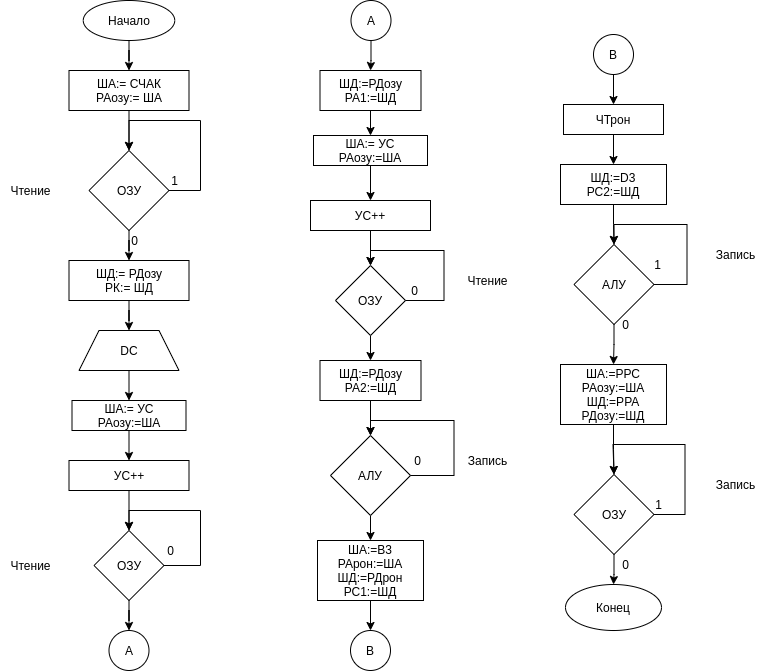
Before: Работы/3Course/Architecture/images/func-alg3.png, a diagram exported from draw.io (denilai/Latex). Source tidied: cells renumbered, new cells last; positions are measured from the earlier drawing's top-left corner, leaving out a move shared by most shapes.
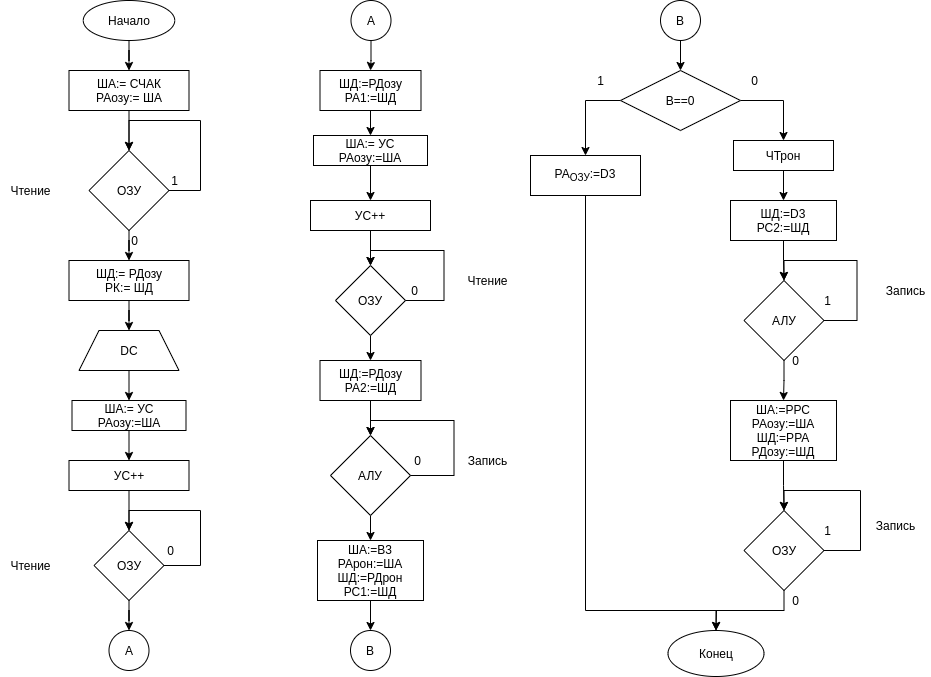
Above is the later version.

What changed in the source:
```diff
@@ -142,52 +142,43 @@
       <mxGeometry relative="1" as="geometry" />
     </mxCell>
     <mxCell id="42" value="ШД:=D3&lt;br&gt;РС2:=ШД" style="rounded=0;whiteSpace=wrap;html=1;" parent="1" vertex="1">
-      <mxGeometry x="560" y="164" width="106" height="40" as="geometry" />
+      <mxGeometry x="730" y="200" width="106" height="40" as="geometry" />
     </mxCell>
     <mxCell id="43" style="edgeStyle=orthogonalEdgeStyle;rounded=0;jettySize=auto;html=1;exitX=0.5;exitY=1;exitDx=0;exitDy=0;" parent="1" edge="1" source="44" target="46">
       <mxGeometry relative="1" as="geometry" />
     </mxCell>
     <mxCell id="44" value="ША:=РРС&lt;br&gt;РАозу:=ША&lt;br&gt;ШД:=РРА&lt;br&gt;РДозу:=ШД" style="rounded=0;whiteSpace=wrap;html=1;" parent="1" vertex="1">
-      <mxGeometry x="560" y="364" width="106" height="60" as="geometry" />
+      <mxGeometry x="730" y="400" width="106" height="60" as="geometry" />
     </mxCell>
     <mxCell id="45" style="edgeStyle=orthogonalEdgeStyle;rounded=0;jettySize=auto;html=1;exitX=0.5;exitY=1;exitDx=0;exitDy=0;" parent="1" edge="1" source="46" target="53">
       <mxGeometry relative="1" as="geometry" />
     </mxCell>
     <mxCell id="46" value="ОЗУ" style="rhombus;whiteSpace=wrap;html=1;" parent="1" vertex="1">
-      <mxGeometry x="573.5" y="474" width="80" height="80" as="geometry" />
+      <mxGeometry x="743.5" y="510" width="80" height="80" as="geometry" />
     </mxCell>
     <mxCell id="47" style="edgeStyle=orthogonalEdgeStyle;rounded=0;jettySize=auto;html=1;exitX=0.5;exitY=1;exitDx=0;exitDy=0;" parent="1" edge="1" source="48" target="44">
       <mxGeometry relative="1" as="geometry" />
     </mxCell>
     <mxCell id="48" value="АЛУ" style="rhombus;whiteSpace=wrap;html=1;" parent="1" vertex="1">
-      <mxGeometry x="573.5" y="244" width="80" height="80" as="geometry" />
+      <mxGeometry x="743.5" y="280" width="80" height="80" as="geometry" />
     </mxCell>
     <mxCell id="49" value="1" style="text;html=1;align=center;verticalAlign=middle;strokeColor=none;fillColor=none;" parent="1" vertex="1">
-      <mxGeometry x="646.5" y="254" width="20" height="20" as="geometry" />
+      <mxGeometry x="816.5" y="290" width="20" height="20" as="geometry" />
     </mxCell>
     <mxCell id="50" value="0" style="text;html=1;align=center;verticalAlign=middle;strokeColor=none;fillColor=none;" parent="1" vertex="1">
-      <mxGeometry x="615" y="314" width="20" height="20" as="geometry" />
+      <mxGeometry x="785" y="350" width="20" height="20" as="geometry" />
     </mxCell>
-    <mxCell id="51" style="edgeStyle=orthogonalEdgeStyle;rounded=0;orthogonalLoop=1;jettySize=auto;html=1;exitX=1;exitY=0.5;exitDx=0;exitDy=0;entryX=0.5;entryY=0;entryDx=0;entryDy=0;" parent="1" edge="1" source="46" target="46">
-      <mxGeometry relative="1" as="geometry">
-        <Array as="points">
-          <mxPoint x="684.5" y="514" />
-          <mxPoint x="684.5" y="444" />
-          <mxPoint x="612.5" y="444" />
-        </Array>
-      </mxGeometry>
-    </mxCell>
     <mxCell id="52" value="1" style="text;html=1;align=center;verticalAlign=middle;strokeColor=none;fillColor=none;" parent="1" vertex="1">
-      <mxGeometry x="647.5" y="494" width="20" height="20" as="geometry" />
+      <mxGeometry x="816.5" y="520" width="20" height="20" as="geometry" />
     </mxCell>
     <mxCell id="53" value="Конец" style="ellipse;whiteSpace=wrap;html=1;" parent="1" vertex="1">
-      <mxGeometry x="565" y="584" width="96" height="46" as="geometry" />
+      <mxGeometry x="667.5" y="630" width="96" height="46" as="geometry" />
     </mxCell>
     <mxCell id="54" value="0" style="text;html=1;align=center;verticalAlign=middle;strokeColor=none;fillColor=none;" parent="1" vertex="1">
-      <mxGeometry x="615" y="554" width="20" height="20" as="geometry" />
+      <mxGeometry x="785" y="590" width="20" height="20" as="geometry" />
     </mxCell>
     <mxCell id="55" value="Запись" style="text;html=1;align=center;verticalAlign=middle;strokeColor=none;fillColor=none;" parent="1" vertex="1">
-      <mxGeometry x="710" y="474" width="50" height="20" as="geometry" />
+      <mxGeometry x="870" y="515" width="50" height="20" as="geometry" />
     </mxCell>
     <mxCell id="56" value="Чтение" style="text;html=1;align=center;verticalAlign=middle;strokeColor=none;fillColor=none;" parent="1" vertex="1">
       <mxGeometry x="457" y="270" width="60" height="20" as="geometry" />
@@ -202,7 +193,7 @@
       <mxGeometry x="462" y="450" width="50" height="20" as="geometry" />
     </mxCell>
     <mxCell id="60" value="Запись" style="text;html=1;align=center;verticalAlign=middle;strokeColor=none;fillColor=none;" parent="1" vertex="1">
-      <mxGeometry x="710" y="244" width="50" height="20" as="geometry" />
+      <mxGeometry x="880" y="280" width="50" height="20" as="geometry" />
     </mxCell>
     <mxCell id="61" style="edgeStyle=orthogonalEdgeStyle;rounded=0;orthogonalLoop=1;jettySize=auto;html=1;exitX=1;exitY=0.5;exitDx=0;exitDy=0;entryX=0.5;entryY=0;entryDx=0;entryDy=0;" parent="1" edge="1" source="7" target="7">
       <mxGeometry relative="1" as="geometry">
@@ -217,14 +208,14 @@
       <mxGeometry relative="1" as="geometry" />
     </mxCell>
     <mxCell id="63" value="ЧТрон" style="whiteSpace=wrap;html=1;" parent="1" vertex="1">
-      <mxGeometry x="563" y="104" width="100" height="30" as="geometry" />
+      <mxGeometry x="733" y="140" width="100" height="30" as="geometry" />
     </mxCell>
     <mxCell id="64" style="edgeStyle=orthogonalEdgeStyle;rounded=0;orthogonalLoop=1;jettySize=auto;html=1;exitX=1;exitY=0.5;exitDx=0;exitDy=0;entryX=0.5;entryY=0;entryDx=0;entryDy=0;" parent="1" edge="1" source="48" target="48">
       <mxGeometry relative="1" as="geometry">
         <Array as="points">
-          <mxPoint x="686.5" y="284" />
-          <mxPoint x="686.5" y="224" />
-          <mxPoint x="613.5" y="224" />
+          <mxPoint x="856.5" y="320" />
+          <mxPoint x="856.5" y="260" />
+          <mxPoint x="783.5" y="260" />
         </Array>
       </mxGeometry>
     </mxCell>
@@ -237,11 +228,46 @@
     <mxCell id="67" value="B" style="ellipse;whiteSpace=wrap;html=1;direction=south;" parent="1" vertex="1">
       <mxGeometry x="350" y="630" width="40" height="40" as="geometry" />
     </mxCell>
-    <mxCell id="68" style="edgeStyle=orthogonalEdgeStyle;rounded=0;jettySize=auto;html=1;exitX=1;exitY=0.5;exitDx=0;exitDy=0;" parent="1" edge="1" source="69" target="63">
+    <mxCell id="68" style="edgeStyle=orthogonalEdgeStyle;rounded=0;jettySize=auto;html=1;exitX=1;exitY=0.5;exitDx=0;exitDy=0;" parent="1" edge="1" source="72" target="63">
       <mxGeometry relative="1" as="geometry" />
     </mxCell>
+    <mxCell id="70" style="edgeStyle=orthogonalEdgeStyle;rounded=0;jettySize=auto;html=1;exitX=1;exitY=0.5;exitDx=0;exitDy=0;" parent="1" edge="1" source="69" target="72">
+      <mxGeometry relative="1" as="geometry" />
+    </mxCell>
     <mxCell id="69" value="B" style="ellipse;whiteSpace=wrap;html=1;direction=south;" parent="1" vertex="1">
-      <mxGeometry x="593" y="34" width="40" height="40" as="geometry" />
+      <mxGeometry x="660" width="40" height="40" as="geometry" />
     </mxCell>
+    <mxCell id="71" style="edgeStyle=orthogonalEdgeStyle;rounded=0;jettySize=auto;html=1;exitX=0;exitY=0.5;exitDx=0;exitDy=0;" parent="1" edge="1" source="72" target="76">
+      <mxGeometry relative="1" as="geometry" />
+    </mxCell>
+    <mxCell id="72" value="B==0" style="rhombus;whiteSpace=wrap;html=1;" parent="1" vertex="1">
+      <mxGeometry x="620" y="70" width="120" height="60" as="geometry" />
+    </mxCell>
+    <mxCell id="73" value="0" style="text;html=1;align=center;verticalAlign=middle;strokeColor=none;fillColor=none;" parent="1" vertex="1">
+      <mxGeometry x="743.5" y="70" width="20" height="20" as="geometry" />
+    </mxCell>
+    <mxCell id="74" value="1" style="text;html=1;align=center;verticalAlign=middle;strokeColor=none;fillColor=none;" parent="1" vertex="1">
+      <mxGeometry x="590" y="70" width="20" height="20" as="geometry" />
+    </mxCell>
+    <mxCell id="75" style="edgeStyle=orthogonalEdgeStyle;rounded=0;jettySize=auto;html=1;exitX=0.5;exitY=1;exitDx=0;exitDy=0;" parent="1" edge="1" source="76" target="53">
+      <mxGeometry relative="1" as="geometry">
+        <Array as="points">
+          <mxPoint x="585" y="610" />
+          <mxPoint x="716" y="610" />
+        </Array>
+      </mxGeometry>
+    </mxCell>
+    <mxCell id="76" value="РА&lt;sub&gt;ОЗУ&lt;/sub&gt;:=D3" style="rounded=0;whiteSpace=wrap;html=1;" parent="1" vertex="1">
+      <mxGeometry x="530" y="155" width="110" height="40" as="geometry" />
+    </mxCell>
+    <mxCell id="51" style="edgeStyle=orthogonalEdgeStyle;rounded=0;orthogonalLoop=1;jettySize=auto;html=1;exitX=1;exitY=0.5;exitDx=0;exitDy=0;entryX=0.5;entryY=0;entryDx=0;entryDy=0;" parent="1" edge="1" source="46" target="46">
+      <mxGeometry relative="1" as="geometry">
+        <Array as="points">
+          <mxPoint x="860" y="550" />
+          <mxPoint x="860" y="490" />
+          <mxPoint x="784" y="490" />
+        </Array>
+      </mxGeometry>
+    </mxCell>
   </root>
 </mxGraphModel>
```
